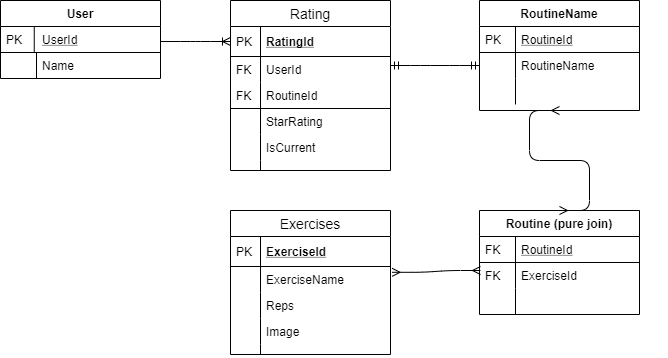
BuzzLightYearDotNet401/API-Team keeps this draw.io diagram as assets/HealthAtHomeERD.png. Above is the earlier version. Source tidied: cells renumbered, new cells last; positions are measured from the earlier drawing's top-left corner, leaving out a move shared by most shapes.
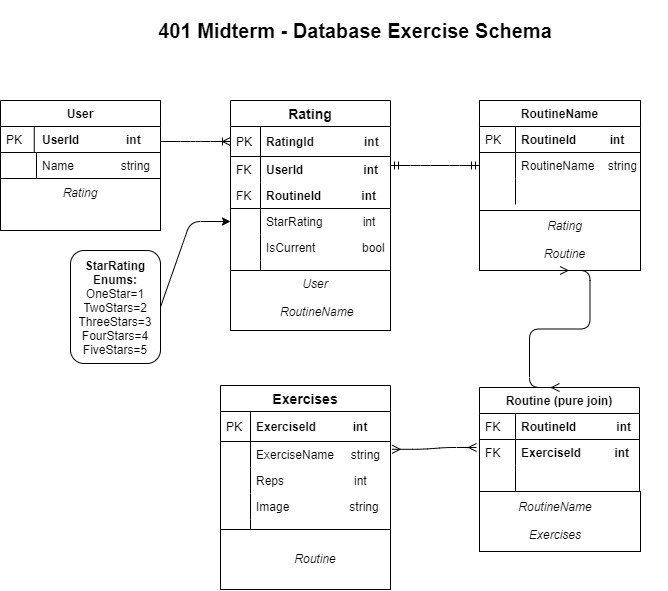
Later version of the same file.

Change to the diagram source:
```diff
@@ -5,13 +5,13 @@
     <mxCell id="2" value="User" style="swimlane;fontStyle=1;horizontal=1;startSize=26;rounded=0;shadow=0;strokeWidth=1;" parent="1" vertex="1">
       <mxGeometry width="160" height="78" as="geometry" />
     </mxCell>
-    <mxCell id="3" value="UserId" style="shape=partialRectangle;top=0;left=0;right=0;bottom=1;align=left;verticalAlign=top;fillColor=none;spacingLeft=40;spacingRight=4;overflow=hidden;rounded=0;shadow=0;strokeWidth=1;fontStyle=4;" parent="2" vertex="1">
+    <mxCell id="3" value="UserId              int" style="shape=partialRectangle;top=0;left=0;right=0;bottom=1;align=left;verticalAlign=top;fillColor=none;spacingLeft=40;spacingRight=4;overflow=hidden;rounded=0;shadow=0;strokeWidth=1;fontStyle=1;" parent="2" vertex="1">
       <mxGeometry y="26" width="160" height="26" as="geometry" />
     </mxCell>
     <mxCell id="4" value="PK" style="shape=partialRectangle;top=0;left=0;bottom=0;fillColor=none;align=left;verticalAlign=top;spacingLeft=4;spacingRight=4;overflow=hidden;" parent="3" vertex="1">
       <mxGeometry width="33.8" height="26" as="geometry" />
     </mxCell>
-    <mxCell id="5" value="Name" style="shape=partialRectangle;top=0;left=0;right=0;bottom=0;align=left;verticalAlign=top;fillColor=none;spacingLeft=40;spacingRight=4;overflow=hidden;rounded=0;shadow=0;strokeWidth=1;" parent="2" vertex="1">
+    <mxCell id="5" value="Name              string" style="shape=partialRectangle;top=0;left=0;right=0;bottom=0;align=left;verticalAlign=top;fillColor=none;spacingLeft=40;spacingRight=4;overflow=hidden;rounded=0;shadow=0;strokeWidth=1;" parent="2" vertex="1">
       <mxGeometry y="52" width="160" height="26" as="geometry" />
     </mxCell>
     <mxCell id="6" style="shape=partialRectangle;top=0;left=0;bottom=0;fillColor=none;align=left;verticalAlign=top;spacingLeft=4;spacingRight=4;overflow=hidden;" parent="5" vertex="1">
@@ -21,15 +21,15 @@
       <mxGeometry x="647" y="69" width="20" height="20" as="geometry" />
     </mxCell>
     <mxCell id="8" value="Routine (pure join)" style="swimlane;fontStyle=1;horizontal=1;startSize=26;rounded=0;shadow=0;strokeWidth=1;" parent="1" vertex="1">
-      <mxGeometry x="479" y="210" width="160" height="104" as="geometry" />
+      <mxGeometry x="479" y="287" width="160" height="104" as="geometry" />
     </mxCell>
-    <mxCell id="9" value="RoutineId" style="shape=partialRectangle;top=0;left=0;right=0;bottom=1;align=left;verticalAlign=top;fillColor=none;spacingLeft=40;spacingRight=4;overflow=hidden;rounded=0;shadow=0;strokeWidth=1;fontStyle=4;" parent="8" vertex="1">
+    <mxCell id="9" value="RoutineId            int" style="shape=partialRectangle;top=0;left=0;right=0;bottom=1;align=left;verticalAlign=top;fillColor=none;spacingLeft=40;spacingRight=4;overflow=hidden;rounded=0;shadow=0;strokeWidth=1;fontStyle=1;" parent="8" vertex="1">
       <mxGeometry y="26" width="160" height="26" as="geometry" />
     </mxCell>
     <mxCell id="10" value="FK" style="shape=partialRectangle;top=0;left=0;bottom=0;fillColor=none;align=left;verticalAlign=top;spacingLeft=4;spacingRight=4;overflow=hidden;" parent="9" vertex="1">
       <mxGeometry width="36" height="26" as="geometry" />
     </mxCell>
-    <mxCell id="11" value="ExerciseId" style="shape=partialRectangle;top=0;left=0;right=0;bottom=0;align=left;verticalAlign=top;fillColor=none;spacingLeft=40;spacingRight=4;overflow=hidden;rounded=0;shadow=0;strokeWidth=1;" parent="8" vertex="1">
+    <mxCell id="11" value="ExerciseId          int" style="shape=partialRectangle;top=0;left=0;right=0;bottom=0;align=left;verticalAlign=top;fillColor=none;spacingLeft=40;spacingRight=4;overflow=hidden;rounded=0;shadow=0;strokeWidth=1;fontStyle=1;" parent="8" vertex="1">
       <mxGeometry y="52" width="160" height="26" as="geometry" />
     </mxCell>
     <mxCell id="12" value="FK" style="shape=partialRectangle;top=0;left=0;bottom=0;fillColor=none;align=left;verticalAlign=top;spacingLeft=4;spacingRight=4;overflow=hidden;" parent="11" vertex="1">
@@ -45,54 +45,54 @@
       <mxGeometry x="549" y="137" width="20" height="20" as="geometry" />
     </mxCell>
     <mxCell id="16" value="RoutineName" style="swimlane;fontStyle=1;horizontal=1;startSize=26;rounded=0;shadow=0;strokeWidth=1;" parent="1" vertex="1">
-      <mxGeometry x="479" width="160" height="110" as="geometry" />
+      <mxGeometry x="479" width="161" height="110" as="geometry" />
     </mxCell>
-    <mxCell id="17" value="RoutineId" style="shape=partialRectangle;top=0;left=0;right=0;bottom=1;align=left;verticalAlign=top;fillColor=none;spacingLeft=40;spacingRight=4;overflow=hidden;rounded=0;shadow=0;strokeWidth=1;fontStyle=4;" parent="16" vertex="1">
-      <mxGeometry y="26" width="160" height="26" as="geometry" />
+    <mxCell id="17" value="RoutineId          int" style="shape=partialRectangle;top=0;left=0;right=0;bottom=1;align=left;verticalAlign=top;fillColor=none;spacingLeft=40;spacingRight=4;overflow=hidden;rounded=0;shadow=0;strokeWidth=1;fontStyle=1;" parent="16" vertex="1">
+      <mxGeometry y="26" width="161" height="26" as="geometry" />
     </mxCell>
     <mxCell id="18" value="PK" style="shape=partialRectangle;top=0;left=0;bottom=0;fillColor=none;align=left;verticalAlign=top;spacingLeft=4;spacingRight=4;overflow=hidden;" parent="17" vertex="1">
       <mxGeometry width="36" height="26" as="geometry" />
     </mxCell>
-    <mxCell id="19" value="RoutineName" style="shape=partialRectangle;top=0;left=0;right=0;bottom=0;align=left;verticalAlign=top;fillColor=none;spacingLeft=40;spacingRight=4;overflow=hidden;rounded=0;shadow=0;strokeWidth=1;" parent="16" vertex="1">
-      <mxGeometry y="52" width="160" height="26" as="geometry" />
+    <mxCell id="19" value="RoutineName    string" style="shape=partialRectangle;top=0;left=0;right=0;bottom=0;align=left;verticalAlign=top;fillColor=none;spacingLeft=40;spacingRight=4;overflow=hidden;rounded=0;shadow=0;strokeWidth=1;" parent="16" vertex="1">
+      <mxGeometry y="52" width="161" height="26" as="geometry" />
     </mxCell>
     <mxCell id="20" style="shape=partialRectangle;top=0;left=0;bottom=0;fillColor=none;align=left;verticalAlign=top;spacingLeft=4;spacingRight=4;overflow=hidden;" parent="19" vertex="1">
       <mxGeometry width="36" height="26" as="geometry" />
     </mxCell>
     <mxCell id="21" style="shape=partialRectangle;top=0;left=0;right=0;bottom=0;align=left;verticalAlign=top;fillColor=none;spacingLeft=40;spacingRight=4;overflow=hidden;rounded=0;shadow=0;strokeWidth=1;" parent="16" vertex="1">
-      <mxGeometry y="78" width="160" height="26" as="geometry" />
+      <mxGeometry y="78" width="161" height="26" as="geometry" />
     </mxCell>
     <mxCell id="22" style="shape=partialRectangle;top=0;left=0;bottom=0;fillColor=none;align=left;verticalAlign=top;spacingLeft=4;spacingRight=4;overflow=hidden;" parent="21" vertex="1">
       <mxGeometry width="36" height="26" as="geometry" />
     </mxCell>
-    <mxCell id="23" value="Rating" style="swimlane;fontStyle=0;horizontal=1;startSize=26;align=center;fontSize=14;" parent="1" vertex="1">
+    <mxCell id="23" value="Rating" style="swimlane;fontStyle=1;horizontal=1;startSize=26;align=center;fontSize=14;" parent="1" vertex="1">
       <mxGeometry x="230" width="160" height="170" as="geometry" />
     </mxCell>
-    <mxCell id="24" value="RatingId" style="shape=partialRectangle;top=0;left=0;right=0;bottom=1;align=left;verticalAlign=middle;fillColor=none;spacingLeft=34;spacingRight=4;overflow=hidden;points=[[0,0.5],[1,0.5]];portConstraint=eastwest;fontStyle=5;fontSize=12;" parent="23" vertex="1">
+    <mxCell id="24" value="RatingId               int" style="shape=partialRectangle;top=0;left=0;right=0;bottom=1;align=left;verticalAlign=middle;fillColor=none;spacingLeft=34;spacingRight=4;overflow=hidden;points=[[0,0.5],[1,0.5]];portConstraint=eastwest;fontStyle=1;fontSize=12;" parent="23" vertex="1">
       <mxGeometry y="26" width="160" height="30" as="geometry" />
     </mxCell>
     <mxCell id="25" value="PK" style="shape=partialRectangle;top=0;left=0;bottom=0;fillColor=none;align=left;verticalAlign=middle;spacingLeft=4;spacingRight=4;overflow=hidden;fontSize=12;" parent="24" vertex="1">
       <mxGeometry width="30" height="30" as="geometry" />
     </mxCell>
-    <mxCell id="26" value="UserId" style="shape=partialRectangle;top=0;left=0;right=0;bottom=0;align=left;verticalAlign=top;fillColor=none;spacingLeft=34;spacingRight=4;overflow=hidden;fontSize=12;" parent="23" vertex="1">
+    <mxCell id="26" value="UserId                  int" style="shape=partialRectangle;top=0;left=0;right=0;bottom=0;align=left;verticalAlign=top;fillColor=none;spacingLeft=34;spacingRight=4;overflow=hidden;fontSize=12;fontStyle=1;" parent="23" vertex="1">
       <mxGeometry y="56" width="160" height="26" as="geometry" />
     </mxCell>
     <mxCell id="27" value="FK" style="shape=partialRectangle;top=0;left=0;bottom=0;fillColor=none;align=left;verticalAlign=top;spacingLeft=4;spacingRight=4;overflow=hidden;fontSize=12;" parent="26" vertex="1">
       <mxGeometry width="30" height="26" as="geometry" />
     </mxCell>
-    <mxCell id="28" value="RoutineId" style="shape=partialRectangle;top=0;left=0;right=0;bottom=1;align=left;verticalAlign=top;fillColor=none;spacingLeft=34;spacingRight=4;overflow=hidden;fontSize=12;" parent="23" vertex="1">
+    <mxCell id="28" value="RoutineId            int" style="shape=partialRectangle;top=0;left=0;right=0;bottom=1;align=left;verticalAlign=top;fillColor=none;spacingLeft=34;spacingRight=4;overflow=hidden;fontSize=12;fontStyle=1;" parent="23" vertex="1">
       <mxGeometry y="82" width="160" height="26" as="geometry" />
     </mxCell>
     <mxCell id="29" value="FK" style="shape=partialRectangle;top=0;left=0;bottom=0;fillColor=none;align=left;verticalAlign=top;spacingLeft=4;spacingRight=4;overflow=hidden;fontSize=12;" parent="28" vertex="1">
       <mxGeometry width="30" height="26" as="geometry" />
     </mxCell>
-    <mxCell id="30" value="StarRating" style="shape=partialRectangle;top=0;left=0;right=0;bottom=0;align=left;verticalAlign=top;fillColor=none;spacingLeft=34;spacingRight=4;overflow=hidden;points=[[0,0.5],[1,0.5]];portConstraint=eastwest;fontSize=12;" parent="23" vertex="1">
+    <mxCell id="30" value="StarRating            int" style="shape=partialRectangle;top=0;left=0;right=0;bottom=0;align=left;verticalAlign=top;fillColor=none;spacingLeft=34;spacingRight=4;overflow=hidden;points=[[0,0.5],[1,0.5]];portConstraint=eastwest;fontSize=12;" parent="23" vertex="1">
       <mxGeometry y="108" width="160" height="26" as="geometry" />
     </mxCell>
     <mxCell id="31" style="shape=partialRectangle;top=0;left=0;bottom=0;fillColor=none;align=left;verticalAlign=top;spacingLeft=4;spacingRight=4;overflow=hidden;fontSize=12;" parent="30" vertex="1">
       <mxGeometry width="30" height="26" as="geometry" />
     </mxCell>
-    <mxCell id="32" value="IsCurrent&#10;" style="shape=partialRectangle;top=0;left=0;right=0;bottom=0;align=left;verticalAlign=top;fillColor=none;spacingLeft=34;spacingRight=4;overflow=hidden;fontSize=12;" parent="23" vertex="1">
+    <mxCell id="32" value="IsCurrent              bool&#10;" style="shape=partialRectangle;top=0;left=0;right=0;bottom=0;align=left;verticalAlign=top;fillColor=none;spacingLeft=34;spacingRight=4;overflow=hidden;fontSize=12;" parent="23" vertex="1">
       <mxGeometry y="134" width="160" height="26" as="geometry" />
     </mxCell>
     <mxCell id="33" style="shape=partialRectangle;top=0;left=0;bottom=0;fillColor=none;align=left;verticalAlign=top;spacingLeft=4;spacingRight=4;overflow=hidden;fontSize=12;" parent="32" vertex="1">
@@ -104,45 +104,43 @@
     <mxCell id="35" style="shape=partialRectangle;top=0;left=0;bottom=0;fillColor=none;align=left;verticalAlign=top;spacingLeft=4;spacingRight=4;overflow=hidden;fontSize=12;" parent="34" vertex="1">
       <mxGeometry width="30" height="10" as="geometry" />
     </mxCell>
-    <mxCell id="36" value="Exercises" style="swimlane;fontStyle=0;horizontal=1;startSize=26;align=center;fontSize=14;" parent="1" vertex="1">
-      <mxGeometry x="230" y="210" width="160" height="144" as="geometry" />
+    <mxCell id="36" value="Exercises" style="swimlane;fontStyle=1;horizontal=1;startSize=26;align=center;fontSize=14;" parent="1" vertex="1">
+      <mxGeometry x="220" y="285" width="170" height="144" as="geometry" />
     </mxCell>
-    <mxCell id="37" value="ExerciseId" style="shape=partialRectangle;top=0;left=0;right=0;bottom=1;align=left;verticalAlign=middle;fillColor=none;spacingLeft=34;spacingRight=4;overflow=hidden;fontStyle=5;fontSize=12;" parent="36" vertex="1">
-      <mxGeometry y="26" width="160" height="30" as="geometry" />
+    <mxCell id="37" value="ExerciseId           int" style="shape=partialRectangle;top=0;left=0;right=0;bottom=1;align=left;verticalAlign=middle;fillColor=none;spacingLeft=34;spacingRight=4;overflow=hidden;fontStyle=1;fontSize=12;" parent="36" vertex="1">
+      <mxGeometry y="26" width="170" height="30" as="geometry" />
     </mxCell>
     <mxCell id="38" value="PK" style="shape=partialRectangle;top=0;left=0;bottom=0;fillColor=none;align=left;verticalAlign=middle;spacingLeft=4;spacingRight=4;overflow=hidden;fontSize=12;" parent="37" vertex="1">
       <mxGeometry width="30" height="30" as="geometry" />
     </mxCell>
-    <mxCell id="39" value="ExerciseName" style="shape=partialRectangle;top=0;left=0;right=0;bottom=0;align=left;verticalAlign=top;fillColor=none;spacingLeft=34;spacingRight=4;overflow=hidden;points=[[0,0.5],[1,0.5]];portConstraint=eastwest;fontSize=12;" parent="36" vertex="1">
-      <mxGeometry y="56" width="160" height="26" as="geometry" />
+    <mxCell id="39" value="ExerciseName     string" style="shape=partialRectangle;top=0;left=0;right=0;bottom=0;align=left;verticalAlign=top;fillColor=none;spacingLeft=34;spacingRight=4;overflow=hidden;points=[[0,0.5],[1,0.5]];portConstraint=eastwest;fontSize=12;" parent="36" vertex="1">
+      <mxGeometry y="56" width="170" height="26" as="geometry" />
     </mxCell>
     <mxCell id="40" style="shape=partialRectangle;top=0;left=0;bottom=0;fillColor=none;align=left;verticalAlign=top;spacingLeft=4;spacingRight=4;overflow=hidden;fontSize=12;" parent="39" vertex="1">
       <mxGeometry width="30" height="26" as="geometry" />
     </mxCell>
-    <mxCell id="41" value="Reps" style="shape=partialRectangle;top=0;left=0;right=0;bottom=0;align=left;verticalAlign=top;fillColor=none;spacingLeft=34;spacingRight=4;overflow=hidden;fontSize=12;" parent="36" vertex="1">
-      <mxGeometry y="82" width="160" height="26" as="geometry" />
+    <mxCell id="41" value="Reps                     int" style="shape=partialRectangle;top=0;left=0;right=0;bottom=0;align=left;verticalAlign=top;fillColor=none;spacingLeft=34;spacingRight=4;overflow=hidden;fontSize=12;" parent="36" vertex="1">
+      <mxGeometry y="82" width="170" height="26" as="geometry" />
     </mxCell>
     <mxCell id="42" style="shape=partialRectangle;top=0;left=0;bottom=0;fillColor=none;align=left;verticalAlign=top;spacingLeft=4;spacingRight=4;overflow=hidden;fontSize=12;" parent="41" vertex="1">
       <mxGeometry width="30" height="26" as="geometry" />
     </mxCell>
-    <mxCell id="43" value="Image" style="shape=partialRectangle;top=0;left=0;right=0;bottom=0;align=left;verticalAlign=top;fillColor=none;spacingLeft=34;spacingRight=4;overflow=hidden;fontSize=12;" parent="36" vertex="1">
-      <mxGeometry y="108" width="160" height="26" as="geometry" />
+    <mxCell id="43" value="Image                  string" style="shape=partialRectangle;top=0;left=0;right=0;bottom=0;align=left;verticalAlign=top;fillColor=none;spacingLeft=34;spacingRight=4;overflow=hidden;fontSize=12;" parent="36" vertex="1">
+      <mxGeometry y="108" width="170" height="26" as="geometry" />
     </mxCell>
     <mxCell id="44" style="shape=partialRectangle;top=0;left=0;bottom=0;fillColor=none;align=left;verticalAlign=top;spacingLeft=4;spacingRight=4;overflow=hidden;fontSize=12;" parent="43" vertex="1">
       <mxGeometry width="30" height="26" as="geometry" />
     </mxCell>
     <mxCell id="45" style="shape=partialRectangle;top=0;left=0;right=0;bottom=0;align=left;verticalAlign=top;fillColor=none;spacingLeft=34;spacingRight=4;overflow=hidden;fontSize=12;" parent="36" vertex="1">
-      <mxGeometry y="134" width="160" height="10" as="geometry" />
+      <mxGeometry y="134" width="170" height="10" as="geometry" />
     </mxCell>
     <mxCell id="46" style="shape=partialRectangle;top=0;left=0;bottom=0;fillColor=none;align=left;verticalAlign=top;spacingLeft=4;spacingRight=4;overflow=hidden;fontSize=12;" parent="45" vertex="1">
       <mxGeometry width="30" height="10" as="geometry" />
     </mxCell>
-    <mxCell id="47" value="&amp;nbsp; &amp;nbsp;&lt;br&gt;" style="text;html=1;align=center;verticalAlign=middle;" parent="1" vertex="1">
-      <mxGeometry x="527" y="337" width="30" height="20" as="geometry" />
-    </mxCell>
-    <mxCell id="48" style="edgeStyle=entityRelationEdgeStyle;fontSize=12;html=1;endArrow=ERmany;startArrow=ERmany;exitX=1.01;exitY=0.223;exitDx=0;exitDy=0;exitPerimeter=0;" parent="1" edge="1" source="39">
+    <mxCell id="48" style="edgeStyle=entityRelationEdgeStyle;fontSize=12;html=1;endArrow=ERmany;startArrow=ERmany;exitX=1.01;exitY=0.223;exitDx=0;exitDy=0;exitPerimeter=0;" parent="1" edge="1">
       <mxGeometry relative="1" as="geometry">
-        <mxPoint x="480" y="270" as="targetPoint" />
+        <mxPoint x="391.7" y="348.8" as="sourcePoint" />
+        <mxPoint x="476" y="347" as="targetPoint" />
       </mxGeometry>
     </mxCell>
     <mxCell id="49" style="edgeStyle=entityRelationEdgeStyle;fontSize=12;html=1;endArrow=ERoneToMany;entryX=0;entryY=0.5;entryDx=0;entryDy=0;" parent="1" edge="1" target="24">
@@ -156,10 +154,51 @@
         <mxPoint x="479" y="65" as="targetPoint" />
       </mxGeometry>
     </mxCell>
-    <mxCell id="51" style="edgeStyle=entityRelationEdgeStyle;fontSize=12;html=1;endArrow=ERmany;startArrow=ERmany;exitX=0.5;exitY=0;exitDx=0;exitDy=0;" parent="1" edge="1" source="8">
-      <mxGeometry relative="1" as="geometry">
-        <mxPoint x="559" y="110" as="targetPoint" />
-      </mxGeometry>
-    </mxCell>
+    <mxCell id="52" value="&lt;b&gt;StarRating&lt;br&gt;Enums:&lt;br&gt;&lt;/b&gt;OneStar=1&lt;br&gt;TwoStars=2&lt;br&gt;ThreeStars=3&lt;br&gt;FourStars=4&lt;br&gt;FiveStars=5" style="rounded=1;whiteSpace=wrap;html=1;" parent="1" vertex="1">
+      <mxGeometry x="70" y="150" width="90" height="113" as="geometry" />
+    </mxCell>
+    <mxCell id="53" style="endArrow=classic;html=1;exitX=1;exitY=0.5;exitDx=0;exitDy=0;entryX=0;entryY=0.5;entryDx=0;entryDy=0;" parent="1" edge="1" source="52" target="30">
+      <mxGeometry relative="1" as="geometry">
+        <Array as="points">
+          <mxPoint x="190" y="121" />
+        </Array>
+      </mxGeometry>
+    </mxCell>
+    <mxCell id="54" value="&lt;b&gt;&lt;font style=&quot;font-size: 20px&quot;&gt;401 Midterm - Database Exercise Schema&lt;/font&gt;&lt;/b&gt;" style="text;html=1;strokeColor=none;fillColor=none;align=center;verticalAlign=middle;whiteSpace=wrap;rounded=0;" parent="1" vertex="1">
+      <mxGeometry x="110" y="-100" width="490" height="60" as="geometry" />
+    </mxCell>
+    <mxCell id="55" style="rounded=0;whiteSpace=wrap;html=1;" parent="1" vertex="1">
+      <mxGeometry y="78" width="160" height="52" as="geometry" />
+    </mxCell>
+    <mxCell id="56" value="&lt;i&gt;Rating&lt;br&gt;&lt;br&gt;&lt;/i&gt;" style="text;html=1;strokeColor=none;fillColor=none;align=center;verticalAlign=middle;whiteSpace=wrap;rounded=0;" parent="1" vertex="1">
+      <mxGeometry x="30" y="89" width="100" height="20" as="geometry" />
+    </mxCell>
+    <mxCell id="57" style="rounded=0;whiteSpace=wrap;html=1;" parent="1" vertex="1">
+      <mxGeometry x="230" y="170" width="160" height="60" as="geometry" />
+    </mxCell>
+    <mxCell id="58" value="&lt;i&gt;&lt;br&gt;User&lt;br&gt;&lt;br&gt;&amp;nbsp;RoutineName&lt;br&gt;&lt;/i&gt;" style="text;html=1;strokeColor=none;fillColor=none;align=center;verticalAlign=middle;whiteSpace=wrap;rounded=0;" parent="1" vertex="1">
+      <mxGeometry x="270" y="180" width="90" height="20" as="geometry" />
+    </mxCell>
+    <mxCell id="59" style="rounded=0;whiteSpace=wrap;html=1;" parent="1" vertex="1">
+      <mxGeometry x="479" y="110" width="161" height="60" as="geometry" />
+    </mxCell>
+    <mxCell id="60" value="&lt;i&gt;Rating&lt;br&gt;&lt;br&gt;Routine&lt;br&gt;&lt;/i&gt;" style="text;html=1;strokeColor=none;fillColor=none;align=center;verticalAlign=middle;whiteSpace=wrap;rounded=0;" parent="1" vertex="1">
+      <mxGeometry x="509" y="117" width="111" height="43" as="geometry" />
+    </mxCell>
+    <mxCell id="61" style="rounded=0;whiteSpace=wrap;html=1;" parent="1" vertex="1">
+      <mxGeometry x="479" y="391" width="161" height="60" as="geometry" />
+    </mxCell>
+    <mxCell id="62" value="&lt;i&gt;RoutineName&lt;br&gt;&lt;br&gt;Exercises&lt;/i&gt;" style="text;html=1;strokeColor=none;fillColor=none;align=center;verticalAlign=middle;whiteSpace=wrap;rounded=0;" parent="1" vertex="1">
+      <mxGeometry x="490" y="400" width="130" height="40" as="geometry" />
+    </mxCell>
+    <mxCell id="63" style="rounded=0;whiteSpace=wrap;html=1;" parent="1" vertex="1">
+      <mxGeometry x="220" y="429" width="170" height="60" as="geometry" />
+    </mxCell>
+    <mxCell id="64" value="&lt;i&gt;Routine&lt;br&gt;&lt;br&gt;&lt;/i&gt;" style="text;html=1;strokeColor=none;fillColor=none;align=center;verticalAlign=middle;whiteSpace=wrap;rounded=0;" parent="1" vertex="1">
+      <mxGeometry x="250" y="440" width="130" height="50" as="geometry" />
+    </mxCell>
+    <mxCell id="65" style="edgeStyle=entityRelationEdgeStyle;fontSize=12;html=1;endArrow=ERmany;startArrow=ERmany;exitX=0.5;exitY=1;exitDx=0;exitDy=0;entryX=0.5;entryY=0;entryDx=0;entryDy=0;" parent="1" edge="1" source="59" target="8">
+      <mxGeometry relative="1" as="geometry" />
+    </mxCell>
   </root>
 </mxGraphModel>
```
